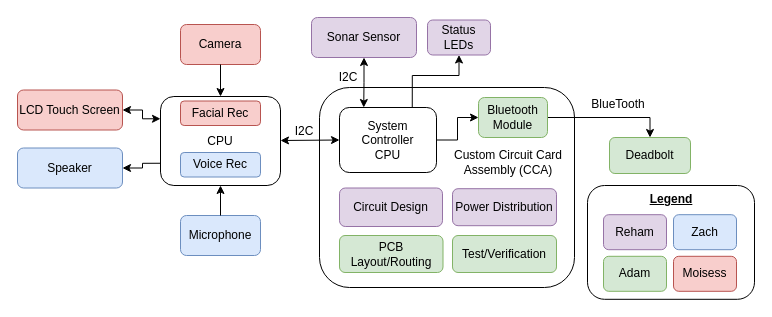
Above: Untitled Diagram.drawio in zachJackovich/senior-design-top-level (draw.io), before the change. Source tidied: cells renumbered, new cells numbered last; positions are measured from the earlier drawing's top-left corner, leaving out a move shared by most shapes. Both pictures are drawn from the tidied source at 100%, with x=0, y=0 at pixel (17, 17).
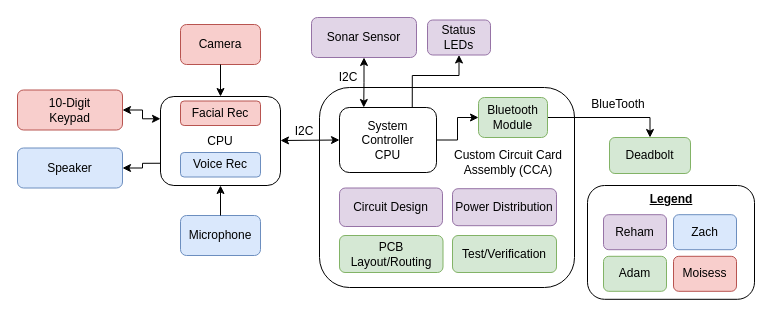
Above is the later version.

Diff of the diagram source:
```diff
@@
-    <mxCell id="3" value="LCD Touch Screen" style="rounded=1;whiteSpace=wrap;html=1;fillColor=#f8cecc;strokeColor=#b85450;" parent="1" vertex="1">
+    <mxCell id="3" value="&lt;div&gt;10-Digit&lt;/div&gt;&lt;div&gt;Keypad&lt;/div&gt;" style="rounded=1;whiteSpace=wrap;html=1;fillColor=#f8cecc;strokeColor=#b85450;" parent="1" vertex="1">
       <mxGeometry y="72.5" width="105" height="40" as="geometry" />
     </mxCell>
```
